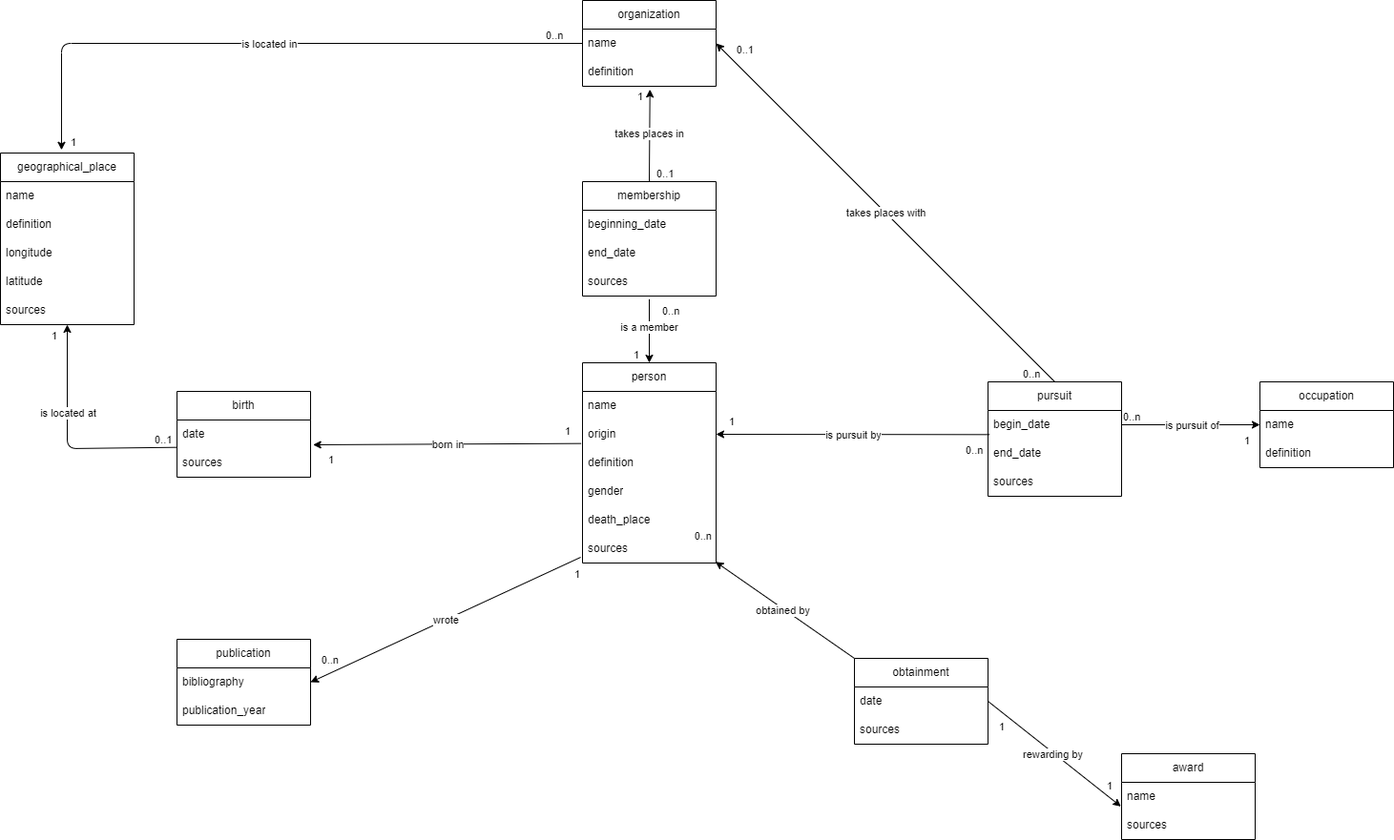
Earlier version of the draw.io export diagramme/diagramme.png (Raphix93/2HS2179_militants-pour-la-paix). Source tidied: cells renumbered, new cells last; positions are measured from the earlier drawing's top-left corner, leaving out a move shared by most shapes.
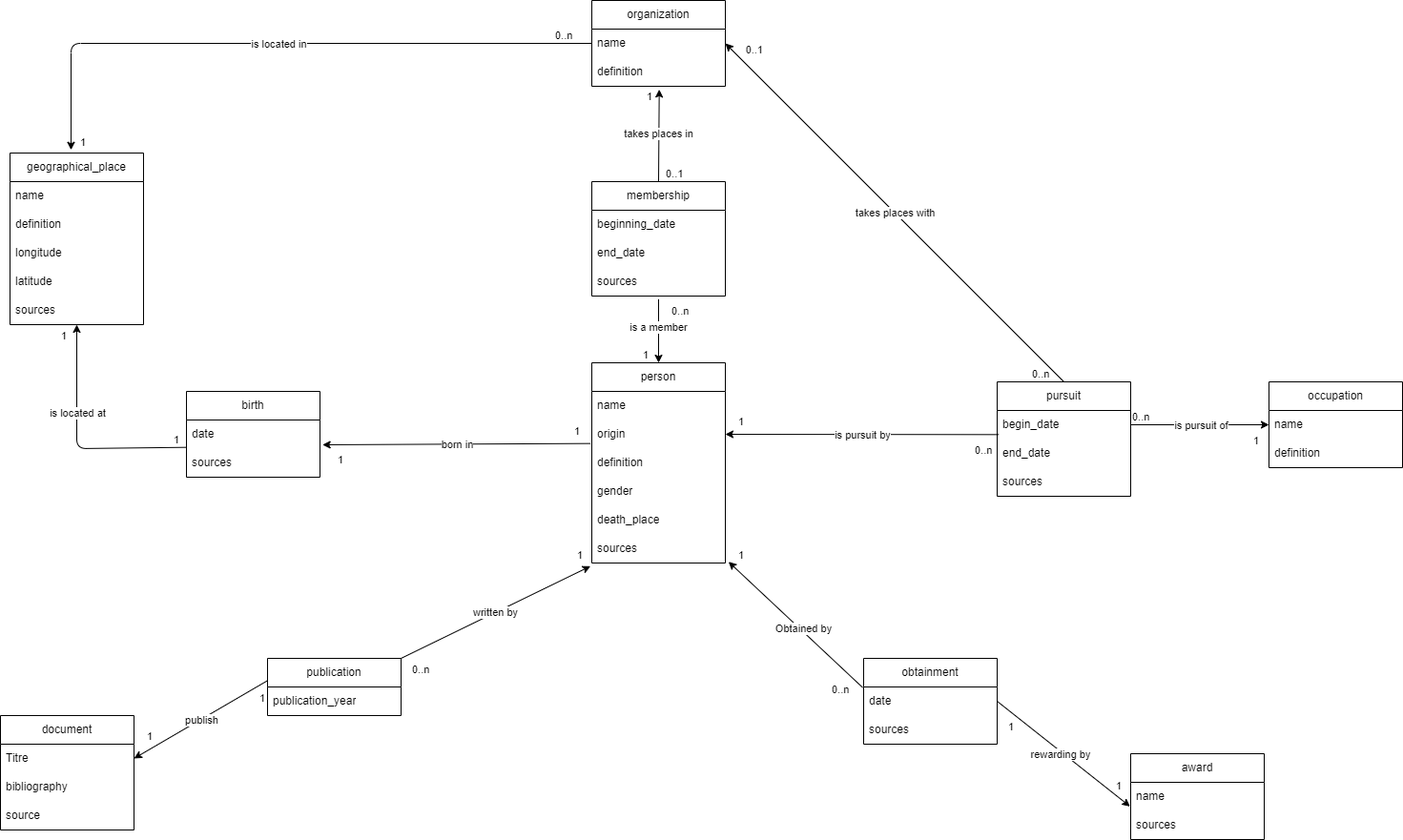
After the change.

Change to the diagram source:
```diff
@@ -63,13 +63,10 @@
       <mxGeometry y="150" width="140" height="30" as="geometry" />
     </mxCell>
     <mxCell id="22" value="publication" style="swimlane;fontStyle=0;horizontal=1;startSize=30;whiteSpace=wrap;html=1;" parent="1" vertex="1">
-      <mxGeometry x="185" y="670" width="140" height="90" as="geometry" />
+      <mxGeometry x="270" y="690" width="140" height="60" as="geometry" />
     </mxCell>
-    <mxCell id="23" value="bibliography" style="text;strokeColor=none;fillColor=none;align=left;verticalAlign=middle;spacingLeft=4;spacingRight=4;overflow=hidden;points=[[0,0.5],[1,0.5]];portConstraint=eastwest;whiteSpace=wrap;html=1;" parent="22" vertex="1">
-      <mxGeometry y="30" width="140" height="30" as="geometry" />
-    </mxCell>
     <mxCell id="24" value="publication_year" style="text;strokeColor=none;fillColor=none;align=left;verticalAlign=middle;spacingLeft=4;spacingRight=4;overflow=hidden;whiteSpace=wrap;html=1;" parent="22" vertex="1">
-      <mxGeometry y="60" width="140" height="30" as="geometry" />
+      <mxGeometry y="30" width="140" height="30" as="geometry" />
     </mxCell>
     <mxCell id="25" value="award" style="swimlane;fontStyle=0;horizontal=1;startSize=30;whiteSpace=wrap;html=1;" parent="1" vertex="1">
       <mxGeometry x="1175" y="790" width="140" height="90" as="geometry" />
@@ -157,9 +154,9 @@
         <mxPoint y="-30" as="offset" />
       </mxGeometry>
     </mxCell>
-    <mxCell id="48" value="0..1" style="edgeLabel;html=1;align=left;verticalAlign=bottom;" parent="46" vertex="1">
+    <mxCell id="48" value="1" style="edgeLabel;html=1;align=left;verticalAlign=bottom;" parent="46" vertex="1">
       <mxGeometry x="-1" relative="1" as="geometry">
-        <mxPoint x="-25" as="offset" />
+        <mxPoint x="-15" as="offset" />
       </mxGeometry>
     </mxCell>
     <mxCell id="49" value="1" style="edgeLabel;html=1;align=right;verticalAlign=bottom;" parent="46" vertex="1">
@@ -167,20 +164,20 @@
         <mxPoint x="-10" y="20" as="offset" />
       </mxGeometry>
     </mxCell>
-    <mxCell id="50" style="endArrow=classic;html=1;exitX=-0.014;exitY=0.8;exitDx=0;exitDy=0;exitPerimeter=0;entryX=1;entryY=0.5;entryDx=0;entryDy=0;" parent="1" edge="1" source="8" target="23">
+    <mxCell id="50" style="endArrow=classic;html=1;entryX=-0.01;entryY=1.111;entryDx=0;entryDy=0;entryPerimeter=0;exitX=1;exitY=0;exitDx=0;exitDy=0;" parent="1" edge="1" source="22" target="8">
       <mxGeometry relative="1" as="geometry" />
     </mxCell>
-    <mxCell id="51" value="wrote" style="edgeLabel;html=1;align=center;verticalAlign=middle;" parent="50" vertex="1">
+    <mxCell id="51" value="written by" style="edgeLabel;html=1;align=center;verticalAlign=middle;" parent="50" vertex="1">
       <mxGeometry relative="1" as="geometry" />
     </mxCell>
-    <mxCell id="52" value="1" style="edgeLabel;html=1;align=left;verticalAlign=bottom;" parent="50" vertex="1">
+    <mxCell id="52" value="0..n" style="edgeLabel;html=1;align=left;verticalAlign=bottom;" parent="50" vertex="1">
       <mxGeometry x="-1" relative="1" as="geometry">
-        <mxPoint x="-8" y="26" as="offset" />
+        <mxPoint x="10" y="20" as="offset" />
       </mxGeometry>
     </mxCell>
-    <mxCell id="53" value="0..n" style="edgeLabel;html=1;align=right;verticalAlign=bottom;" parent="50" vertex="1">
+    <mxCell id="53" value="1" style="edgeLabel;html=1;align=right;verticalAlign=bottom;" parent="50" vertex="1">
       <mxGeometry x="1" relative="1" as="geometry">
-        <mxPoint x="30" y="-15" as="offset" />
+        <mxPoint x="-8" y="-3" as="offset" />
       </mxGeometry>
     </mxCell>
     <mxCell id="54" style="endArrow=classic;html=1;exitX=0.5;exitY=0;exitDx=0;exitDy=0;entryX=1;entryY=0.5;entryDx=0;entryDy=0;" parent="1" edge="1" source="12" target="10">
@@ -199,22 +196,22 @@
         <mxPoint x="40" y="15" as="offset" />
       </mxGeometry>
     </mxCell>
-    <mxCell id="58" style="endArrow=classic;html=1;exitX=0;exitY=0;exitDx=0;exitDy=0;entryX=0.995;entryY=0.956;entryDx=0;entryDy=0;entryPerimeter=0;" parent="1" edge="1" source="76" target="8">
+    <mxCell id="58" style="endArrow=classic;html=1;entryX=1.024;entryY=0.956;entryDx=0;entryDy=0;entryPerimeter=0;exitX=-0.007;exitY=0.022;exitDx=0;exitDy=0;exitPerimeter=0;" parent="1" edge="1" source="77" target="8">
       <mxGeometry relative="1" as="geometry" />
     </mxCell>
-    <mxCell id="59" value="obtained by" style="edgeLabel;html=1;align=center;verticalAlign=middle;" parent="58" vertex="1">
+    <mxCell id="59" value="Obtained by" style="edgeLabel;html=1;align=center;verticalAlign=middle;" parent="58" vertex="1">
       <mxGeometry relative="1" as="geometry">
-        <mxPoint x="-2" as="offset" />
+        <mxPoint x="7" y="4" as="offset" />
       </mxGeometry>
     </mxCell>
-    <mxCell id="60" value="1" style="edgeLabel;html=1;align=left;verticalAlign=bottom;" parent="58" vertex="1">
+    <mxCell id="60" value="0..n" style="edgeLabel;html=1;align=left;verticalAlign=bottom;" parent="58" vertex="1">
       <mxGeometry x="-1" relative="1" as="geometry">
-        <mxPoint x="-1" y="24" as="offset" />
+        <mxPoint x="-34" y="10" as="offset" />
       </mxGeometry>
     </mxCell>
-    <mxCell id="61" value="0..n" style="edgeLabel;html=1;align=right;verticalAlign=bottom;" parent="58" vertex="1">
+    <mxCell id="61" value="1" style="edgeLabel;html=1;align=right;verticalAlign=bottom;" parent="58" vertex="1">
       <mxGeometry x="1" relative="1" as="geometry">
-        <mxPoint x="-4" y="-19" as="offset" />
+        <mxPoint x="17" y="1" as="offset" />
       </mxGeometry>
     </mxCell>
     <mxCell id="62" value="membership" style="swimlane;fontStyle=0;horizontal=1;startSize=30;whiteSpace=wrap;html=1;" parent="1" vertex="1">
@@ -287,7 +284,7 @@
     <mxCell id="79" style="endArrow=classic;html=1;exitX=1;exitY=0.5;exitDx=0;exitDy=0;entryX=-0.005;entryY=0.844;entryDx=0;entryDy=0;entryPerimeter=0;" parent="1" edge="1" source="77" target="26">
       <mxGeometry relative="1" as="geometry" />
     </mxCell>
-    <mxCell id="80" value="rewarding by" style="edgeLabel;html=1;align=center;verticalAlign=middle;" parent="79" vertex="1">
+    <mxCell id="80" value="rewarding by&amp;nbsp;" style="edgeLabel;html=1;align=center;verticalAlign=middle;" parent="79" vertex="1">
       <mxGeometry relative="1" as="geometry">
         <mxPoint x="-2" as="offset" />
       </mxGeometry>
@@ -310,5 +307,33 @@
     <mxCell id="84" value="takes places in" style="edgeLabel;html=1;align=center;verticalAlign=middle;" parent="1" vertex="1">
       <mxGeometry x="680" y="140" as="geometry" />
     </mxCell>
+    <mxCell id="85" value="document" style="swimlane;fontStyle=0;horizontal=1;startSize=30;whiteSpace=wrap;html=1;" parent="1" vertex="1">
+      <mxGeometry x="-10" y="750" width="140" height="120" as="geometry" />
+    </mxCell>
+    <mxCell id="86" value="Titre" style="text;strokeColor=none;fillColor=none;align=left;verticalAlign=middle;spacingLeft=4;spacingRight=4;overflow=hidden;points=[[0,0.5],[1,0.5]];portConstraint=eastwest;whiteSpace=wrap;html=1;" parent="85" vertex="1">
+      <mxGeometry y="30" width="140" height="30" as="geometry" />
+    </mxCell>
+    <mxCell id="23" value="bibliography" style="text;strokeColor=none;fillColor=none;align=left;verticalAlign=middle;spacingLeft=4;spacingRight=4;overflow=hidden;points=[[0,0.5],[1,0.5]];portConstraint=eastwest;whiteSpace=wrap;html=1;" parent="85" vertex="1">
+      <mxGeometry y="60" width="140" height="30" as="geometry" />
+    </mxCell>
+    <mxCell id="87" value="source" style="text;strokeColor=none;fillColor=none;align=left;verticalAlign=middle;spacingLeft=4;spacingRight=4;overflow=hidden;whiteSpace=wrap;html=1;" parent="85" vertex="1">
+      <mxGeometry y="90" width="140" height="30" as="geometry" />
+    </mxCell>
+    <mxCell id="88" style="endArrow=classic;html=1;entryX=1;entryY=0.5;entryDx=0;entryDy=0;exitX=0;exitY=0.389;exitDx=0;exitDy=0;exitPerimeter=0;" parent="1" edge="1" source="22" target="86">
+      <mxGeometry relative="1" as="geometry" />
+    </mxCell>
+    <mxCell id="89" value="publish" style="edgeLabel;html=1;align=center;verticalAlign=middle;" parent="88" vertex="1">
+      <mxGeometry relative="1" as="geometry" />
+    </mxCell>
+    <mxCell id="90" value="1" style="edgeLabel;html=1;align=left;verticalAlign=bottom;" parent="88" vertex="1">
+      <mxGeometry x="-1" relative="1" as="geometry">
+        <mxPoint x="-10" y="27" as="offset" />
+      </mxGeometry>
+    </mxCell>
+    <mxCell id="91" value="1" style="edgeLabel;html=1;align=right;verticalAlign=bottom;" parent="88" vertex="1">
+      <mxGeometry x="1" relative="1" as="geometry">
+        <mxPoint x="20" y="-15" as="offset" />
+      </mxGeometry>
+    </mxCell>
   </root>
 </mxGraphModel>
```
